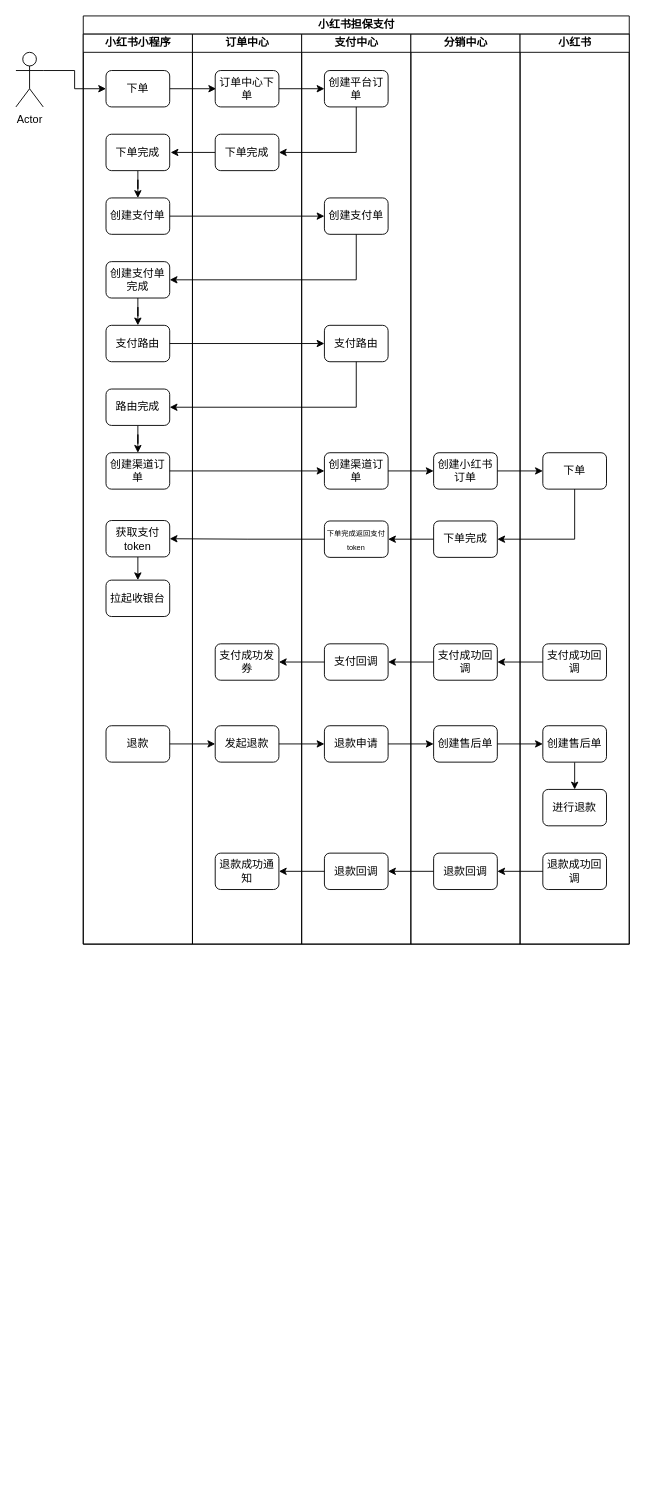
The draw.io diagram 小红书担保支付.drawio in guohuan0126/test, before the edit. Source tidied: cells renumbered, new cells numbered last; positions are measured from the earlier drawing's top-left corner, leaving out a move shared by most shapes. Both pictures are drawn from the tidied source at 91%, with x=0, y=0 at pixel (15, 15).
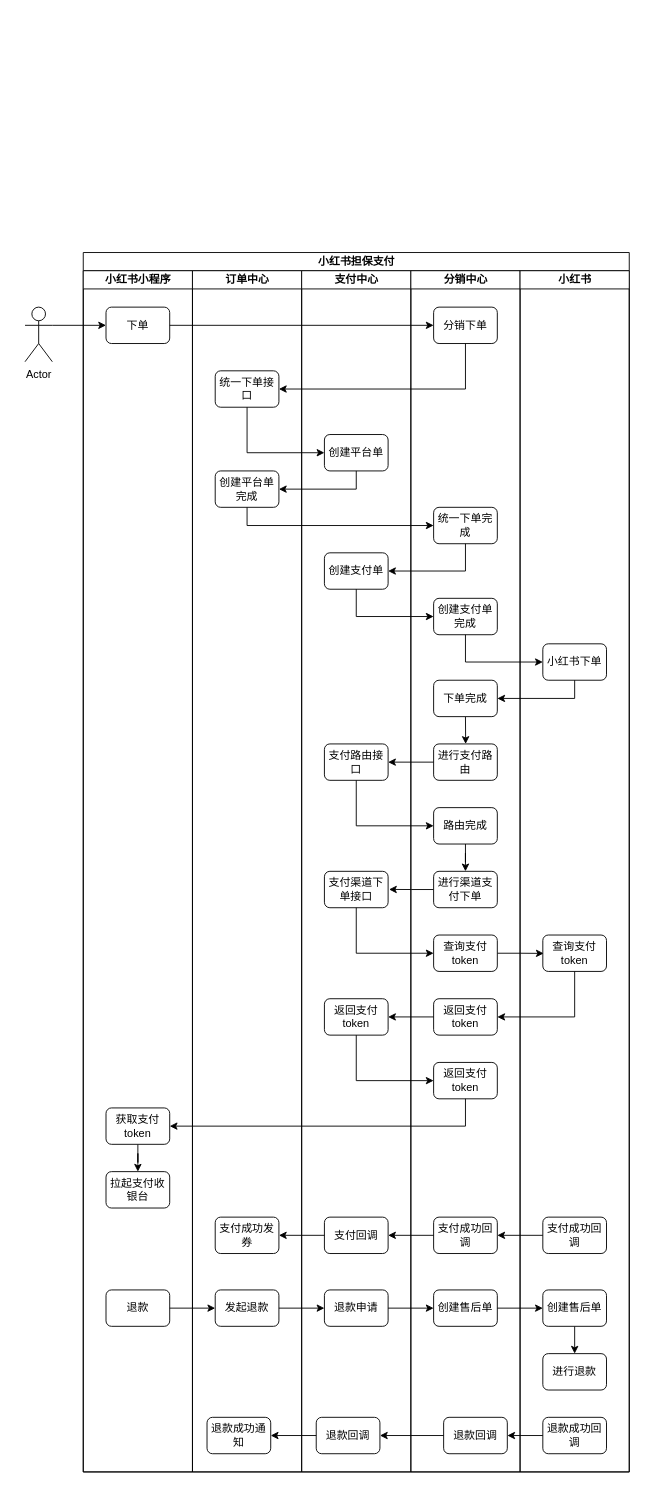
After the change.

Commit message:
更新小红书担保支付.drawio

Unchanged cells that the change refers to:
```xml
<mxCell id="5" value="下单" style="rounded=1;whiteSpace=wrap;html=1;" parent="3" vertex="1">
  <mxGeometry x="25" y="40" width="70" height="40" as="geometry" />
</mxCell>
```

What changed in the source:
```diff
@@
     <mxCell id="2" value="小红书担保支付" style="swimlane;startSize=20;html=1;" parent="1" vertex="1">
-      <mxGeometry x="74" width="600" height="1020" as="geometry" />
+      <mxGeometry x="74" y="260" width="600" height="1340" as="geometry" />
     </mxCell>
     <mxCell id="3" value="小红书小程序" style="swimlane;startSize=20;html=1;" parent="2" vertex="1">
-      <mxGeometry y="20" width="120" height="1000" as="geometry" />
+      <mxGeometry y="20" width="120" height="1320" as="geometry" />
     </mxCell>
-    <mxCell id="4" style="edgeStyle=orthogonalEdgeStyle;rounded=0;jettySize=auto;html=1;exitX=1;exitY=0.5;exitDx=0;exitDy=0;" parent="3" edge="1" source="5">
-      <mxGeometry relative="1" as="geometry">
-        <mxPoint x="146" y="60" as="targetPoint" />
-      </mxGeometry>
-    </mxCell>
@@
-    <mxCell id="6" style="edgeStyle=orthogonalEdgeStyle;rounded=0;jettySize=auto;html=1;exitX=0.5;exitY=1;exitDx=0;exitDy=0;" parent="3" edge="1" source="7" target="8">
-      <mxGeometry relative="1" as="geometry" />
-    </mxCell>
-    <mxCell id="7" value="下单完成" style="rounded=1;whiteSpace=wrap;html=1;" parent="3" vertex="1">
-      <mxGeometry x="25" y="110" width="70" height="40" as="geometry" />
-    </mxCell>
-    <mxCell id="8" value="创建支付单" style="rounded=1;whiteSpace=wrap;html=1;" parent="3" vertex="1">
-      <mxGeometry x="25" y="180" width="70" height="40" as="geometry" />
-    </mxCell>
-    <mxCell id="9" style="edgeStyle=orthogonalEdgeStyle;rounded=0;jettySize=auto;html=1;exitX=0.5;exitY=1;exitDx=0;exitDy=0;" parent="3" edge="1" source="10" target="11">
-      <mxGeometry relative="1" as="geometry" />
-    </mxCell>
-    <mxCell id="10" value="创建支付单完成" style="rounded=1;whiteSpace=wrap;html=1;" parent="3" vertex="1">
-      <mxGeometry x="25" y="250" width="70" height="40" as="geometry" />
-    </mxCell>
-    <mxCell id="11" value="支付路由" style="rounded=1;whiteSpace=wrap;html=1;" parent="3" vertex="1">
-      <mxGeometry x="25" y="320" width="70" height="40" as="geometry" />
-    </mxCell>
-    <mxCell id="12" style="edgeStyle=orthogonalEdgeStyle;rounded=0;jettySize=auto;html=1;exitX=0.5;exitY=1;exitDx=0;exitDy=0;" parent="3" edge="1" source="13" target="14">
-      <mxGeometry relative="1" as="geometry" />
-    </mxCell>
-    <mxCell id="13" value="路由完成" style="rounded=1;whiteSpace=wrap;html=1;" parent="3" vertex="1">
-      <mxGeometry x="25" y="390" width="70" height="40" as="geometry" />
-    </mxCell>
-    <mxCell id="14" value="创建渠道订单" style="rounded=1;whiteSpace=wrap;html=1;" parent="3" vertex="1">
-      <mxGeometry x="25" y="460" width="70" height="40" as="geometry" />
-    </mxCell>
-    <mxCell id="15" style="edgeStyle=orthogonalEdgeStyle;rounded=0;jettySize=auto;html=1;exitX=0.5;exitY=1;exitDx=0;exitDy=0;entryX=0.5;entryY=0;entryDx=0;entryDy=0;" parent="3" edge="1" source="16" target="17">
-      <mxGeometry relative="1" as="geometry" />
-    </mxCell>
+    <mxCell id="18" value="退款" style="rounded=1;whiteSpace=wrap;html=1;" parent="3" vertex="1">
+      <mxGeometry x="25" y="1120" width="70" height="40" as="geometry" />
+    </mxCell>
+    <mxCell id="72" style="edgeStyle=orthogonalEdgeStyle;rounded=0;jettySize=auto;html=1;exitX=0.5;exitY=1;exitDx=0;exitDy=0;" parent="3" edge="1" source="16" target="73">
+      <mxGeometry relative="1" as="geometry" />
+    </mxCell>
     <mxCell id="16" value="获取支付token" style="rounded=1;whiteSpace=wrap;html=1;" parent="3" vertex="1">
-      <mxGeometry x="25" y="534.5" width="70" height="40" as="geometry" />
+      <mxGeometry x="25" y="920" width="70" height="40" as="geometry" />
     </mxCell>
-    <mxCell id="17" value="拉起收银台" style="rounded=1;whiteSpace=wrap;html=1;" parent="3" vertex="1">
-      <mxGeometry x="25" y="600" width="70" height="40" as="geometry" />
-    </mxCell>
-    <mxCell id="18" value="退款" style="rounded=1;whiteSpace=wrap;html=1;" parent="3" vertex="1">
-      <mxGeometry x="25" y="760" width="70" height="40" as="geometry" />
-    </mxCell>
+    <mxCell id="73" value="拉起支付收银台" style="rounded=1;whiteSpace=wrap;html=1;" parent="3" vertex="1">
+      <mxGeometry x="25" y="990" width="70" height="40" as="geometry" />
+    </mxCell>
     <mxCell id="19" value="订单中心" style="swimlane;startSize=20;html=1;" parent="2" vertex="1">
-      <mxGeometry x="120" y="20" width="120" height="1000" as="geometry" />
+      <mxGeometry x="120" y="20" width="120" height="1320" as="geometry" />
     </mxCell>
-    <mxCell id="20" value="订单中心下单" style="rounded=1;whiteSpace=wrap;html=1;" parent="19" vertex="1">
-      <mxGeometry x="25" y="40" width="70" height="40" as="geometry" />
-    </mxCell>
-    <mxCell id="21" style="edgeStyle=orthogonalEdgeStyle;rounded=0;jettySize=auto;html=1;exitX=0;exitY=0.5;exitDx=0;exitDy=0;" parent="19" edge="1" source="22">
-      <mxGeometry relative="1" as="geometry">
-        <mxPoint x="-24" y="130" as="targetPoint" />
-      </mxGeometry>
-    </mxCell>
-    <mxCell id="22" value="下单完成" style="rounded=1;whiteSpace=wrap;html=1;" parent="19" vertex="1">
+    <mxCell id="22" value="统一下单接口" style="rounded=1;whiteSpace=wrap;html=1;" parent="19" vertex="1">
       <mxGeometry x="25" y="110" width="70" height="40" as="geometry" />
     </mxCell>
     <mxCell id="23" value="支付成功发券" style="rounded=1;whiteSpace=wrap;html=1;" parent="19" vertex="1">
-      <mxGeometry x="25" y="670" width="70" height="40" as="geometry" />
+      <mxGeometry x="25" y="1040" width="70" height="40" as="geometry" />
     </mxCell>
     <mxCell id="24" value="发起退款" style="rounded=1;whiteSpace=wrap;html=1;" parent="19" vertex="1">
-      <mxGeometry x="25" y="760" width="70" height="40" as="geometry" />
+      <mxGeometry x="25" y="1120" width="70" height="40" as="geometry" />
     </mxCell>
     <mxCell id="25" value="退款成功通知" style="rounded=1;whiteSpace=wrap;html=1;" parent="19" vertex="1">
-      <mxGeometry x="25" y="900" width="70" height="40" as="geometry" />
+      <mxGeometry x="16" y="1260" width="70" height="40" as="geometry" />
     </mxCell>
+    <mxCell id="10" value="创建平台单完成" style="rounded=1;whiteSpace=wrap;html=1;" parent="19" vertex="1">
+      <mxGeometry x="25" y="220" width="70" height="40" as="geometry" />
+    </mxCell>
     <mxCell id="26" value="支付中心" style="swimlane;startSize=20;html=1;" parent="2" vertex="1">
-      <mxGeometry x="240" y="20" width="120" height="1000" as="geometry" />
+      <mxGeometry x="240" y="20" width="120" height="1320" as="geometry" />
     </mxCell>
-    <mxCell id="27" value="创建平台订单" style="rounded=1;whiteSpace=wrap;html=1;" parent="26" vertex="1">
-      <mxGeometry x="25" y="40" width="70" height="40" as="geometry" />
-    </mxCell>
-    <mxCell id="28" value="创建支付单" style="rounded=1;whiteSpace=wrap;html=1;" parent="26" vertex="1">
+    <mxCell id="28" value="创建平台单" style="rounded=1;whiteSpace=wrap;html=1;" parent="26" vertex="1">
       <mxGeometry x="25" y="180" width="70" height="40" as="geometry" />
     </mxCell>
-    <mxCell id="29" value="支付路由" style="rounded=1;whiteSpace=wrap;html=1;" parent="26" vertex="1">
-      <mxGeometry x="25" y="320" width="70" height="40" as="geometry" />
-    </mxCell>
-    <mxCell id="30" value="创建渠道订单" style="rounded=1;whiteSpace=wrap;html=1;" parent="26" vertex="1">
-      <mxGeometry x="25" y="460" width="70" height="40" as="geometry" />
-    </mxCell>
-    <mxCell id="31" value="&lt;font style=&quot;font-size: 8px;&quot;&gt;下单完成返回支付token&lt;/font&gt;" style="rounded=1;whiteSpace=wrap;html=1;" parent="26" vertex="1">
-      <mxGeometry x="25" y="535" width="70" height="40" as="geometry" />
-    </mxCell>
     <mxCell id="32" value="支付回调" style="rounded=1;whiteSpace=wrap;html=1;" parent="26" vertex="1">
-      <mxGeometry x="25" y="670" width="70" height="40" as="geometry" />
+      <mxGeometry x="25" y="1040" width="70" height="40" as="geometry" />
     </mxCell>
     <mxCell id="33" value="退款申请" style="rounded=1;whiteSpace=wrap;html=1;" parent="26" vertex="1">
-      <mxGeometry x="25" y="760" width="70" height="40" as="geometry" />
+      <mxGeometry x="25" y="1120" width="70" height="40" as="geometry" />
     </mxCell>
     <mxCell id="34" value="退款回调" style="rounded=1;whiteSpace=wrap;html=1;" parent="26" vertex="1">
-      <mxGeometry x="25" y="900" width="70" height="40" as="geometry" />
+      <mxGeometry x="16" y="1260" width="70" height="40" as="geometry" />
     </mxCell>
+    <mxCell id="11" value="创建支付单" style="rounded=1;whiteSpace=wrap;html=1;" parent="26" vertex="1">
+      <mxGeometry x="25" y="310" width="70" height="40" as="geometry" />
+    </mxCell>
+    <mxCell id="74" value="支付路由接口" style="rounded=1;whiteSpace=wrap;html=1;" parent="26" vertex="1">
+      <mxGeometry x="25" y="520" width="70" height="40" as="geometry" />
+    </mxCell>
+    <mxCell id="75" value="支付渠道下单接口" style="rounded=1;whiteSpace=wrap;html=1;" parent="26" vertex="1">
+      <mxGeometry x="25" y="660" width="70" height="40" as="geometry" />
+    </mxCell>
+    <mxCell id="76" value="返回支付token" style="rounded=1;whiteSpace=wrap;html=1;" parent="26" vertex="1">
+      <mxGeometry x="25" y="800" width="70" height="40" as="geometry" />
+    </mxCell>
     <mxCell id="35" value="分销中心" style="swimlane;startSize=20;html=1;" parent="2" vertex="1">
-      <mxGeometry x="360" y="20" width="120" height="1000" as="geometry" />
+      <mxGeometry x="360" y="20" width="120" height="1320" as="geometry" />
     </mxCell>
-    <mxCell id="36" value="创建小红书订单" style="rounded=1;whiteSpace=wrap;html=1;" parent="35" vertex="1">
-      <mxGeometry x="25" y="460" width="70" height="40" as="geometry" />
-    </mxCell>
+    <mxCell id="77" style="edgeStyle=orthogonalEdgeStyle;rounded=0;jettySize=auto;html=1;exitX=0.5;exitY=1;exitDx=0;exitDy=0;" parent="35" edge="1" source="37">
+      <mxGeometry relative="1" as="geometry">
+        <mxPoint x="60.2" y="520" as="targetPoint" />
+      </mxGeometry>
+    </mxCell>
     <mxCell id="37" value="下单完成" style="rounded=1;whiteSpace=wrap;html=1;" parent="35" vertex="1">
-      <mxGeometry x="25" y="535" width="70" height="40" as="geometry" />
+      <mxGeometry x="25" y="450" width="70" height="40" as="geometry" />
     </mxCell>
     <mxCell id="38" value="支付成功回调" style="rounded=1;whiteSpace=wrap;html=1;" parent="35" vertex="1">
-      <mxGeometry x="25" y="670" width="70" height="40" as="geometry" />
+      <mxGeometry x="25" y="1040" width="70" height="40" as="geometry" />
     </mxCell>
     <mxCell id="39" value="创建售后单" style="rounded=1;whiteSpace=wrap;html=1;" parent="35" vertex="1">
-      <mxGeometry x="25" y="760" width="70" height="40" as="geometry" />
+      <mxGeometry x="25" y="1120" width="70" height="40" as="geometry" />
     </mxCell>
     <mxCell id="40" value="退款回调" style="rounded=1;whiteSpace=wrap;html=1;" parent="35" vertex="1">
-      <mxGeometry x="25" y="900" width="70" height="40" as="geometry" />
+      <mxGeometry x="36" y="1260" width="70" height="40" as="geometry" />
     </mxCell>
+    <mxCell id="27" value="分销下单" style="rounded=1;whiteSpace=wrap;html=1;" parent="35" vertex="1">
+      <mxGeometry x="25" y="40" width="70" height="40" as="geometry" />
+    </mxCell>
+    <mxCell id="78" value="统一下单完成" style="rounded=1;whiteSpace=wrap;html=1;" parent="35" vertex="1">
+      <mxGeometry x="25" y="260" width="70" height="40" as="geometry" />
+    </mxCell>
+    <mxCell id="79" value="创建支付单完成" style="rounded=1;whiteSpace=wrap;html=1;" parent="35" vertex="1">
+      <mxGeometry x="25" y="360" width="70" height="40" as="geometry" />
+    </mxCell>
+    <mxCell id="80" value="进行支付路由" style="rounded=1;whiteSpace=wrap;html=1;" parent="35" vertex="1">
+      <mxGeometry x="25" y="520" width="70" height="40" as="geometry" />
+    </mxCell>
+    <mxCell id="81" style="edgeStyle=orthogonalEdgeStyle;rounded=0;jettySize=auto;html=1;exitX=0.5;exitY=1;exitDx=0;exitDy=0;" parent="35" edge="1" source="13" target="83">
+      <mxGeometry relative="1" as="geometry" />
+    </mxCell>
+    <mxCell id="13" value="路由完成" style="rounded=1;whiteSpace=wrap;html=1;" parent="35" vertex="1">
+      <mxGeometry x="25" y="590" width="70" height="40" as="geometry" />
+    </mxCell>
+    <mxCell id="82" style="edgeStyle=orthogonalEdgeStyle;rounded=0;jettySize=auto;html=1;exitX=0;exitY=0.5;exitDx=0;exitDy=0;" parent="35" edge="1" source="83">
+      <mxGeometry relative="1" as="geometry">
+        <mxPoint x="-24" y="679.9" as="targetPoint" />
+      </mxGeometry>
+    </mxCell>
+    <mxCell id="83" value="进行渠道支付下单" style="rounded=1;whiteSpace=wrap;html=1;" parent="35" vertex="1">
+      <mxGeometry x="25" y="660" width="70" height="40" as="geometry" />
+    </mxCell>
+    <mxCell id="84" style="edgeStyle=orthogonalEdgeStyle;rounded=0;jettySize=auto;html=1;exitX=1;exitY=0.5;exitDx=0;exitDy=0;" parent="35" edge="1" source="85">
+      <mxGeometry relative="1" as="geometry">
+        <mxPoint x="146" y="750.2" as="targetPoint" />
+      </mxGeometry>
+    </mxCell>
+    <mxCell id="85" value="查询支付token" style="rounded=1;whiteSpace=wrap;html=1;" parent="35" vertex="1">
+      <mxGeometry x="25" y="730" width="70" height="40" as="geometry" />
+    </mxCell>
+    <mxCell id="86" value="返回支付token" style="rounded=1;whiteSpace=wrap;html=1;" parent="35" vertex="1">
+      <mxGeometry x="25" y="800" width="70" height="40" as="geometry" />
+    </mxCell>
+    <mxCell id="87" value="返回支付token" style="rounded=1;whiteSpace=wrap;html=1;" parent="35" vertex="1">
+      <mxGeometry x="25" y="870" width="70" height="40" as="geometry" />
+    </mxCell>
     <mxCell id="41" value="小红书" style="swimlane;startSize=20;html=1;" parent="2" vertex="1">
-      <mxGeometry x="480" y="20" width="120" height="1000" as="geometry" />
+      <mxGeometry x="480" y="20" width="120" height="1320" as="geometry" />
     </mxCell>
-    <mxCell id="42" value="下单" style="rounded=1;whiteSpace=wrap;html=1;" parent="41" vertex="1">
-      <mxGeometry x="25" y="460" width="70" height="40" as="geometry" />
+    <mxCell id="42" value="小红书下单" style="rounded=1;whiteSpace=wrap;html=1;" parent="41" vertex="1">
+      <mxGeometry x="25" y="410" width="70" height="40" as="geometry" />
     </mxCell>
     <mxCell id="43" value="支付成功回调" style="rounded=1;whiteSpace=wrap;html=1;" parent="41" vertex="1">
-      <mxGeometry x="25" y="670" width="70" height="40" as="geometry" />
+      <mxGeometry x="25" y="1040" width="70" height="40" as="geometry" />
     </mxCell>
@@
     <mxCell id="45" value="创建售后单" style="rounded=1;whiteSpace=wrap;html=1;" parent="41" vertex="1">
-      <mxGeometry x="25" y="760" width="70" height="40" as="geometry" />
+      <mxGeometry x="25" y="1120" width="70" height="40" as="geometry" />
     </mxCell>
     <mxCell id="46" value="进行退款" style="rounded=1;whiteSpace=wrap;html=1;" parent="41" vertex="1">
-      <mxGeometry x="25" y="830" width="70" height="40" as="geometry" />
+      <mxGeometry x="25" y="1190" width="70" height="40" as="geometry" />
     </mxCell>
     <mxCell id="47" value="退款成功回调" style="rounded=1;whiteSpace=wrap;html=1;" parent="41" vertex="1">
-      <mxGeometry x="25" y="900" width="70" height="40" as="geometry" />
+      <mxGeometry x="25" y="1260" width="70" height="40" as="geometry" />
     </mxCell>
-    <mxCell id="48" style="edgeStyle=orthogonalEdgeStyle;rounded=0;jettySize=auto;html=1;exitX=1;exitY=0.5;exitDx=0;exitDy=0;entryX=0;entryY=0.5;entryDx=0;entryDy=0;" parent="2" edge="1" source="20" target="27">
-      <mxGeometry relative="1" as="geometry" />
-    </mxCell>
+    <mxCell id="88" value="查询支付token" style="rounded=1;whiteSpace=wrap;html=1;" parent="41" vertex="1">
+      <mxGeometry x="25" y="730" width="70" height="40" as="geometry" />
+    </mxCell>
@@
-    <mxCell id="50" style="edgeStyle=orthogonalEdgeStyle;rounded=0;jettySize=auto;html=1;exitX=1;exitY=0.5;exitDx=0;exitDy=0;entryX=0;entryY=0.5;entryDx=0;entryDy=0;" parent="2" edge="1" source="8" target="28">
-      <mxGeometry relative="1" as="geometry" />
-    </mxCell>
@@
-    <mxCell id="52" style="edgeStyle=orthogonalEdgeStyle;rounded=0;jettySize=auto;html=1;exitX=1;exitY=0.5;exitDx=0;exitDy=0;entryX=0;entryY=0.5;entryDx=0;entryDy=0;" parent="2" edge="1" source="11" target="29">
-      <mxGeometry relative="1" as="geometry" />
-    </mxCell>
-    <mxCell id="53" style="edgeStyle=orthogonalEdgeStyle;rounded=0;jettySize=auto;html=1;exitX=0.5;exitY=1;exitDx=0;exitDy=0;entryX=1;entryY=0.5;entryDx=0;entryDy=0;" parent="2" edge="1" source="29" target="13">
-      <mxGeometry relative="1" as="geometry" />
-    </mxCell>
-    <mxCell id="54" style="edgeStyle=orthogonalEdgeStyle;rounded=0;jettySize=auto;html=1;exitX=1;exitY=0.5;exitDx=0;exitDy=0;entryX=0;entryY=0.5;entryDx=0;entryDy=0;" parent="2" edge="1" source="14" target="30">
-      <mxGeometry relative="1" as="geometry" />
-    </mxCell>
-    <mxCell id="55" style="edgeStyle=orthogonalEdgeStyle;rounded=0;jettySize=auto;html=1;exitX=1;exitY=0.5;exitDx=0;exitDy=0;entryX=0;entryY=0.5;entryDx=0;entryDy=0;" parent="2" edge="1" source="30" target="36">
-      <mxGeometry relative="1" as="geometry" />
-    </mxCell>
-    <mxCell id="56" style="edgeStyle=orthogonalEdgeStyle;rounded=0;jettySize=auto;html=1;exitX=1;exitY=0.5;exitDx=0;exitDy=0;entryX=0;entryY=0.5;entryDx=0;entryDy=0;" parent="2" edge="1" source="36" target="42">
-      <mxGeometry relative="1" as="geometry" />
-    </mxCell>
@@
-    <mxCell id="58" style="edgeStyle=orthogonalEdgeStyle;rounded=0;jettySize=auto;html=1;exitX=0;exitY=0.5;exitDx=0;exitDy=0;entryX=1;entryY=0.5;entryDx=0;entryDy=0;" parent="2" edge="1" source="37" target="31">
-      <mxGeometry relative="1" as="geometry" />
-    </mxCell>
-    <mxCell id="59" style="edgeStyle=orthogonalEdgeStyle;rounded=0;jettySize=auto;html=1;exitX=0;exitY=0.5;exitDx=0;exitDy=0;entryX=1;entryY=0.5;entryDx=0;entryDy=0;" parent="2" edge="1" source="31" target="16">
-      <mxGeometry relative="1" as="geometry" />
-    </mxCell>
@@
+    <mxCell id="89" style="edgeStyle=orthogonalEdgeStyle;rounded=0;jettySize=auto;html=1;exitX=1;exitY=0.5;exitDx=0;exitDy=0;entryX=0;entryY=0.5;entryDx=0;entryDy=0;" parent="2" edge="1" source="5" target="27">
+      <mxGeometry relative="1" as="geometry" />
+    </mxCell>
+    <mxCell id="90" style="edgeStyle=orthogonalEdgeStyle;rounded=0;jettySize=auto;html=1;exitX=0.5;exitY=1;exitDx=0;exitDy=0;entryX=0;entryY=0.5;entryDx=0;entryDy=0;" parent="2" edge="1" source="22" target="28">
+      <mxGeometry relative="1" as="geometry" />
+    </mxCell>
+    <mxCell id="91" style="edgeStyle=orthogonalEdgeStyle;rounded=0;jettySize=auto;html=1;exitX=0.5;exitY=1;exitDx=0;exitDy=0;entryX=0;entryY=0.5;entryDx=0;entryDy=0;" parent="2" edge="1" source="10" target="78">
+      <mxGeometry relative="1" as="geometry" />
+    </mxCell>
+    <mxCell id="92" style="edgeStyle=orthogonalEdgeStyle;rounded=0;jettySize=auto;html=1;exitX=0.5;exitY=1;exitDx=0;exitDy=0;entryX=1;entryY=0.5;entryDx=0;entryDy=0;" parent="2" edge="1" source="78" target="11">
+      <mxGeometry relative="1" as="geometry" />
+    </mxCell>
+    <mxCell id="93" style="edgeStyle=orthogonalEdgeStyle;rounded=0;jettySize=auto;html=1;exitX=0.5;exitY=1;exitDx=0;exitDy=0;entryX=0;entryY=0.5;entryDx=0;entryDy=0;" parent="2" edge="1" source="11" target="79">
+      <mxGeometry relative="1" as="geometry" />
+    </mxCell>
+    <mxCell id="94" style="edgeStyle=orthogonalEdgeStyle;rounded=0;jettySize=auto;html=1;exitX=0.5;exitY=1;exitDx=0;exitDy=0;entryX=0;entryY=0.5;entryDx=0;entryDy=0;" parent="2" edge="1" source="79" target="42">
+      <mxGeometry relative="1" as="geometry" />
+    </mxCell>
+    <mxCell id="95" style="edgeStyle=orthogonalEdgeStyle;rounded=0;jettySize=auto;html=1;exitX=0;exitY=0.5;exitDx=0;exitDy=0;entryX=1;entryY=0.5;entryDx=0;entryDy=0;" parent="2" edge="1" source="80" target="74">
+      <mxGeometry relative="1" as="geometry" />
+    </mxCell>
+    <mxCell id="96" style="edgeStyle=orthogonalEdgeStyle;rounded=0;jettySize=auto;html=1;exitX=0.5;exitY=1;exitDx=0;exitDy=0;entryX=0;entryY=0.5;entryDx=0;entryDy=0;" parent="2" edge="1" source="74" target="13">
+      <mxGeometry relative="1" as="geometry" />
+    </mxCell>
+    <mxCell id="97" style="edgeStyle=orthogonalEdgeStyle;rounded=0;jettySize=auto;html=1;exitX=0.5;exitY=1;exitDx=0;exitDy=0;entryX=0;entryY=0.5;entryDx=0;entryDy=0;" parent="2" edge="1" source="75" target="85">
+      <mxGeometry relative="1" as="geometry" />
+    </mxCell>
+    <mxCell id="98" style="edgeStyle=orthogonalEdgeStyle;rounded=0;jettySize=auto;html=1;exitX=0.5;exitY=1;exitDx=0;exitDy=0;entryX=1;entryY=0.5;entryDx=0;entryDy=0;" parent="2" edge="1" source="88" target="86">
+      <mxGeometry relative="1" as="geometry" />
+    </mxCell>
+    <mxCell id="99" style="edgeStyle=orthogonalEdgeStyle;rounded=0;jettySize=auto;html=1;exitX=0;exitY=0.5;exitDx=0;exitDy=0;entryX=1;entryY=0.5;entryDx=0;entryDy=0;" parent="2" edge="1" source="86" target="76">
+      <mxGeometry relative="1" as="geometry" />
+    </mxCell>
+    <mxCell id="100" style="edgeStyle=orthogonalEdgeStyle;rounded=0;jettySize=auto;html=1;exitX=0.5;exitY=1;exitDx=0;exitDy=0;entryX=0;entryY=0.5;entryDx=0;entryDy=0;" parent="2" edge="1" source="76" target="87">
+      <mxGeometry relative="1" as="geometry" />
+    </mxCell>
+    <mxCell id="101" style="edgeStyle=orthogonalEdgeStyle;rounded=0;jettySize=auto;html=1;exitX=0.5;exitY=1;exitDx=0;exitDy=0;entryX=1;entryY=0.5;entryDx=0;entryDy=0;" parent="2" edge="1" source="87" target="16">
+      <mxGeometry relative="1" as="geometry" />
+    </mxCell>
@@
     <mxCell id="71" value="Actor" style="shape=umlActor;verticalLabelPosition=bottom;verticalAlign=top;html=1;outlineConnect=0;" parent="1" vertex="1">
-      <mxGeometry y="40" width="30" height="60" as="geometry" />
+      <mxGeometry x="10" y="320" width="30" height="60" as="geometry" />
     </mxCell>
```
